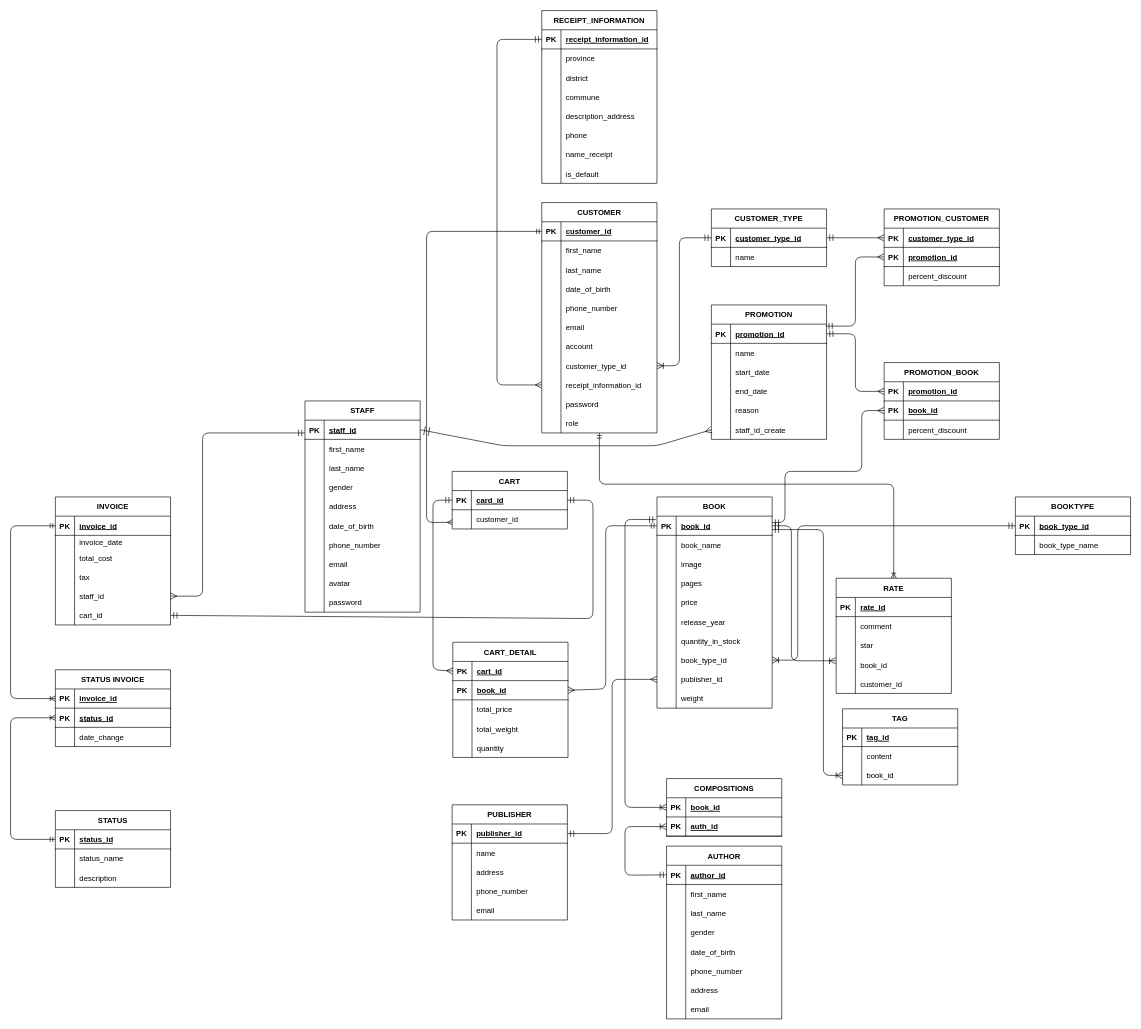
This is design/database.drawio from powdevlin12/Sell_Book_Online_BE_NestJS, a draw.io file, before an edit. Source tidied: cells renumbered, new cells numbered last; positions are measured from the earlier drawing's top-left corner, leaving out a move shared by most shapes. Both pictures are drawn from the tidied source at 64%, with x=0, y=0 at pixel (10, 10).
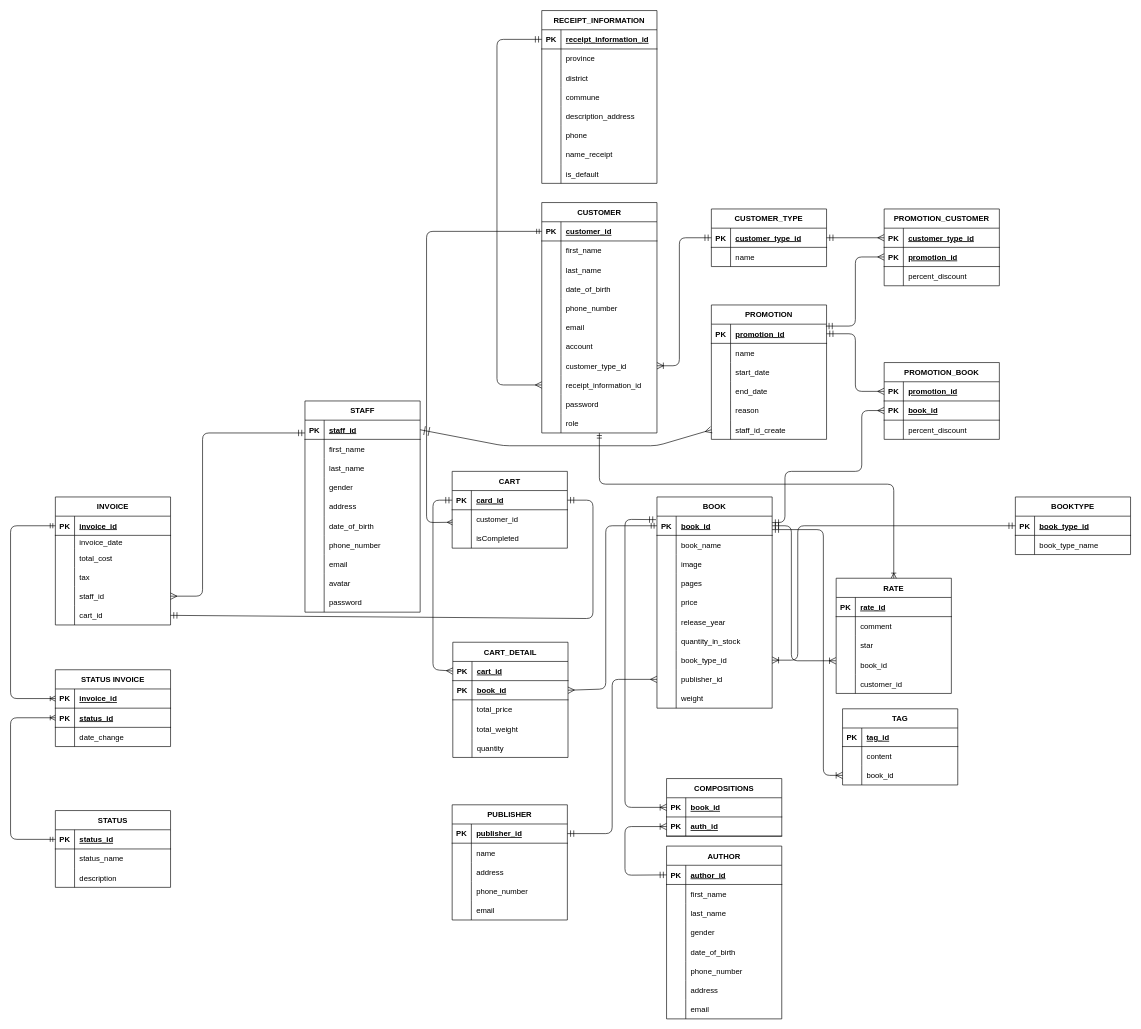
The same page after the edit.

Change to the diagram source:
```diff
@@
     <mxCell id="208" value="CART" style="shape=table;startSize=30;childLayout=tableLayout;rowLines=0;fontStyle=1;align=center;rounded=0;shadow=0;fillStyle=auto;fillColor=default;gradientColor=none;" parent="1" vertex="1">
-      <mxGeometry x="690" y="720" width="180" height="90" as="geometry" />
+      <mxGeometry x="690" y="720" width="180" height="120" as="geometry" />
     </mxCell>
@@
+    <mxCell id="333" style="shape=tableRow;horizontal=0;startSize=0;swimlaneHead=0;swimlaneBody=0;fillColor=none;top=0;left=0;right=0;bottom=0;rounded=0;shadow=0;fillStyle=auto;" parent="208" vertex="1">
+      <mxGeometry y="90" width="180" height="30" as="geometry" />
+    </mxCell>
+    <mxCell id="334" style="shape=partialRectangle;fillColor=none;top=0;left=0;bottom=0;right=0;overflow=hidden;rounded=0;shadow=0;fillStyle=auto;" parent="333" vertex="1">
+      <mxGeometry width="30" height="30" as="geometry" />
+    </mxCell>
+    <mxCell id="335" value="isCompleted" style="shape=partialRectangle;fillColor=none;top=0;left=0;bottom=0;right=0;align=left;spacingLeft=6;overflow=hidden;rounded=0;shadow=0;fillStyle=auto;" parent="333" vertex="1">
+      <mxGeometry x="30" width="150" height="30" as="geometry" />
+    </mxCell>
```
